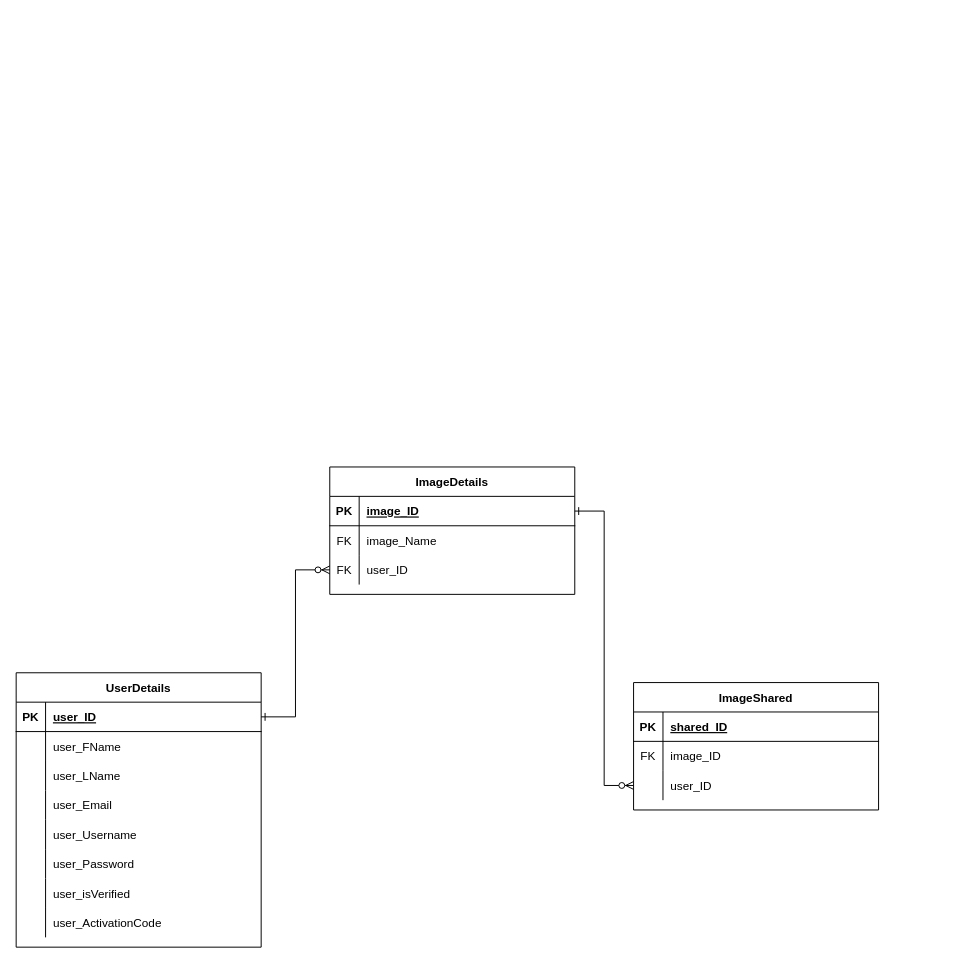
Before: Document/shareYourView.drawio in StrawberryBomber/ShareYourView, a draw.io diagram. Source tidied: cells renumbered, new cells numbered last; positions are measured from the earlier drawing's top-left corner, leaving out a move shared by most shapes. Both pictures are drawn from the tidied source at 98%, with x=0, y=0 at pixel (16, 466).
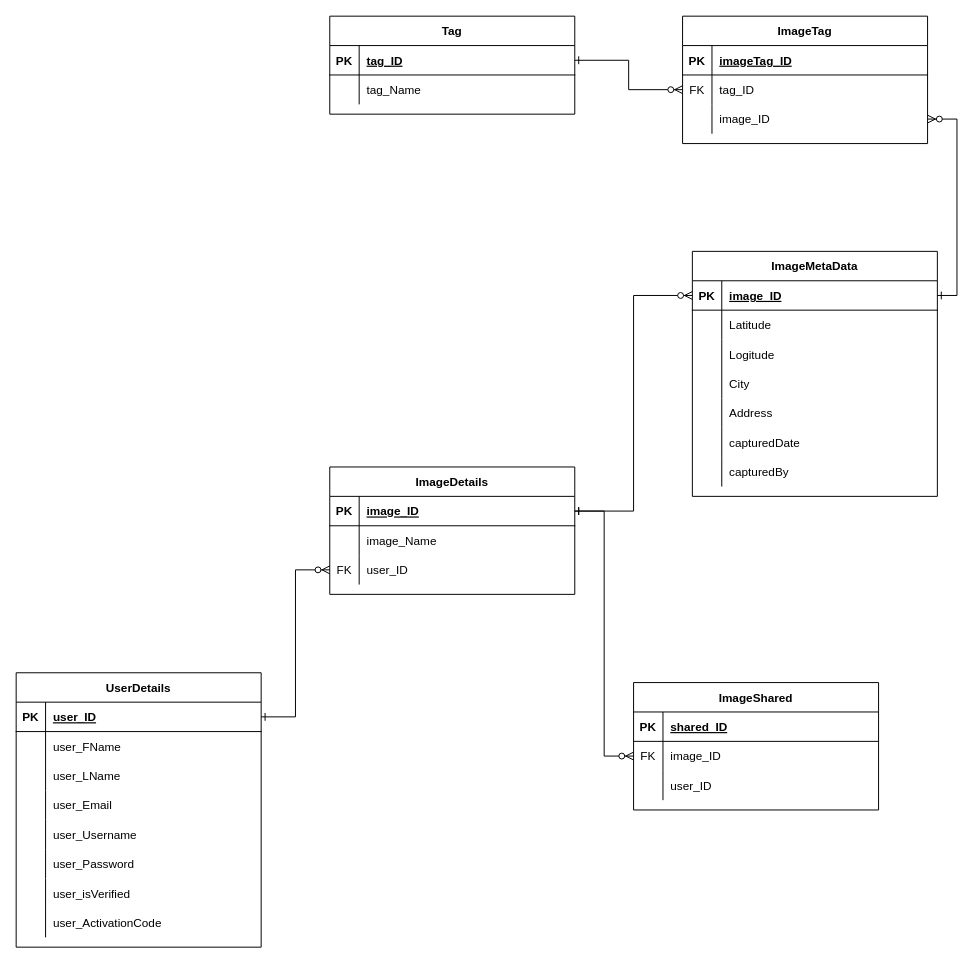
The same page after the edit.

Unchanged cells that the change refers to:
```xml
<mxCell id="31" style="shape=partialRectangle;fillColor=none;points=[[0,0.5],[1,0.5]];portConstraint=eastwest;top=0;left=0;right=0;bottom=0;" parent="27" vertex="1">
  <mxGeometry y="60" width="250" height="30" as="geometry" />
</mxCell>
<mxCell id="34" style="shape=partialRectangle;fillColor=none;points=[[0,0.5],[1,0.5]];portConstraint=eastwest;top=0;left=0;right=0;bottom=0;" parent="27" vertex="1">
  <mxGeometry y="90" width="250" height="30" as="geometry" />
</mxCell>
<mxCell id="38" style="shape=partialRectangle;fillColor=none;points=[[0,0.5],[1,0.5]];portConstraint=eastwest;top=0;left=0;right=0;bottom=1;" parent="37" vertex="1">
  <mxGeometry y="30" width="250" height="30" as="geometry" />
</mxCell>
<mxCell id="41" style="shape=partialRectangle;fillColor=none;top=0;left=0;right=0;bottom=0;" parent="37" vertex="1">
  <mxGeometry y="60" width="250" height="30" as="geometry" />
</mxCell>
```

The edit, as a diff of the source:
```diff
@@
-    <mxCell id="42" value="FK" style="shape=partialRectangle;overflow=hidden;fillColor=none;top=0;left=0;bottom=0;right=0;" parent="41" vertex="1">
+    <mxCell id="42" style="shape=partialRectangle;overflow=hidden;fillColor=none;top=0;left=0;bottom=0;right=0;" parent="41" vertex="1">
       <mxGeometry width="30" height="30" as="geometry" />
     </mxCell>
@@
-    <mxCell id="48" style="edgeStyle=orthogonalEdgeStyle;rounded=0;jettySize=auto;html=1;entryX=0;entryY=0.5;entryDx=0;entryDy=0;startArrow=ERone;startFill=0;endArrow=ERzeroToMany;endFill=1;" parent="1" edge="1" source="38" target="34">
+    <mxCell id="48" style="edgeStyle=orthogonalEdgeStyle;rounded=0;jettySize=auto;html=1;entryX=0;entryY=0.5;entryDx=0;entryDy=0;startArrow=ERone;startFill=0;endArrow=ERzeroToMany;endFill=1;" parent="1" edge="1" source="38" target="31">
       <mxGeometry relative="1" as="geometry" />
     </mxCell>
+    <mxCell id="49" style="edgeStyle=orthogonalEdgeStyle;rounded=0;jettySize=auto;html=1;entryX=0;entryY=0.5;entryDx=0;entryDy=0;startArrow=ERone;startFill=0;endArrow=ERzeroToMany;endFill=1;" parent="1" edge="1" source="38" target="51">
+      <mxGeometry relative="1" as="geometry" />
+    </mxCell>
+    <mxCell id="50" value="ImageMetaData" style="shape=table;startSize=30;childLayout=tableLayout;rowLines=0;fontStyle=1;align=center;" parent="1" vertex="1">
+      <mxGeometry x="690" y="-220" width="250" height="250" as="geometry" />
+    </mxCell>
+    <mxCell id="51" style="shape=partialRectangle;fillColor=none;points=[[0,0.5],[1,0.5]];portConstraint=eastwest;top=0;left=0;right=0;bottom=1;" parent="50" vertex="1">
+      <mxGeometry y="30" width="250" height="30" as="geometry" />
+    </mxCell>
+    <mxCell id="52" value="PK" style="shape=partialRectangle;overflow=hidden;fillColor=none;top=0;left=0;bottom=0;right=0;fontStyle=1;" parent="51" vertex="1">
+      <mxGeometry width="30" height="30" as="geometry" />
+    </mxCell>
+    <mxCell id="53" value="image_ID" style="shape=partialRectangle;overflow=hidden;fillColor=none;top=0;left=0;bottom=0;right=0;align=left;spacingLeft=6;fontStyle=5;" parent="51" vertex="1">
+      <mxGeometry x="30" width="220" height="30" as="geometry" />
+    </mxCell>
+    <mxCell id="54" style="shape=partialRectangle;fillColor=none;top=0;left=0;right=0;bottom=0;" parent="50" vertex="1">
+      <mxGeometry y="60" width="250" height="30" as="geometry" />
+    </mxCell>
+    <mxCell id="55" style="shape=partialRectangle;overflow=hidden;fillColor=none;top=0;left=0;bottom=0;right=0;" parent="54" vertex="1">
+      <mxGeometry width="30" height="30" as="geometry" />
+    </mxCell>
+    <mxCell id="56" value="Latitude" style="shape=partialRectangle;overflow=hidden;fillColor=none;top=0;left=0;bottom=0;right=0;align=left;spacingLeft=6;" parent="54" vertex="1">
+      <mxGeometry x="30" width="220" height="30" as="geometry" />
+    </mxCell>
+    <mxCell id="57" style="shape=partialRectangle;fillColor=none;top=0;left=0;right=0;bottom=0;" parent="50" vertex="1">
+      <mxGeometry y="90" width="250" height="30" as="geometry" />
+    </mxCell>
+    <mxCell id="58" style="shape=partialRectangle;overflow=hidden;fillColor=none;top=0;left=0;bottom=0;right=0;" parent="57" vertex="1">
+      <mxGeometry width="30" height="30" as="geometry" />
+    </mxCell>
+    <mxCell id="59" value="Logitude" style="shape=partialRectangle;overflow=hidden;fillColor=none;top=0;left=0;bottom=0;right=0;align=left;spacingLeft=6;" parent="57" vertex="1">
+      <mxGeometry x="30" width="220" height="30" as="geometry" />
+    </mxCell>
+    <mxCell id="60" style="shape=partialRectangle;fillColor=none;top=0;left=0;right=0;bottom=0;" parent="50" vertex="1">
+      <mxGeometry y="120" width="250" height="30" as="geometry" />
+    </mxCell>
+    <mxCell id="61" style="shape=partialRectangle;overflow=hidden;fillColor=none;top=0;left=0;bottom=0;right=0;" parent="60" vertex="1">
+      <mxGeometry width="30" height="30" as="geometry" />
+    </mxCell>
+    <mxCell id="62" value="City" style="shape=partialRectangle;overflow=hidden;fillColor=none;top=0;left=0;bottom=0;right=0;align=left;spacingLeft=6;" parent="60" vertex="1">
+      <mxGeometry x="30" width="220" height="30" as="geometry" />
+    </mxCell>
+    <mxCell id="63" style="shape=partialRectangle;fillColor=none;top=0;left=0;right=0;bottom=0;" parent="50" vertex="1">
+      <mxGeometry y="150" width="250" height="30" as="geometry" />
+    </mxCell>
+    <mxCell id="64" style="shape=partialRectangle;overflow=hidden;fillColor=none;top=0;left=0;bottom=0;right=0;" parent="63" vertex="1">
+      <mxGeometry width="30" height="30" as="geometry" />
+    </mxCell>
+    <mxCell id="65" value="Address" style="shape=partialRectangle;overflow=hidden;fillColor=none;top=0;left=0;bottom=0;right=0;align=left;spacingLeft=6;" parent="63" vertex="1">
+      <mxGeometry x="30" width="220" height="30" as="geometry" />
+    </mxCell>
+    <mxCell id="66" style="shape=partialRectangle;fillColor=none;top=0;left=0;right=0;bottom=0;" parent="50" vertex="1">
+      <mxGeometry y="180" width="250" height="30" as="geometry" />
+    </mxCell>
+    <mxCell id="67" style="shape=partialRectangle;overflow=hidden;fillColor=none;top=0;left=0;bottom=0;right=0;" parent="66" vertex="1">
+      <mxGeometry width="30" height="30" as="geometry" />
+    </mxCell>
+    <mxCell id="68" value="capturedDate" style="shape=partialRectangle;overflow=hidden;fillColor=none;top=0;left=0;bottom=0;right=0;align=left;spacingLeft=6;" parent="66" vertex="1">
+      <mxGeometry x="30" width="220" height="30" as="geometry" />
+    </mxCell>
+    <mxCell id="69" style="shape=partialRectangle;fillColor=none;top=0;left=0;right=0;bottom=0;" parent="50" vertex="1">
+      <mxGeometry y="210" width="250" height="30" as="geometry" />
+    </mxCell>
+    <mxCell id="70" style="shape=partialRectangle;overflow=hidden;fillColor=none;top=0;left=0;bottom=0;right=0;" parent="69" vertex="1">
+      <mxGeometry width="30" height="30" as="geometry" />
+    </mxCell>
+    <mxCell id="71" value="capturedBy" style="shape=partialRectangle;overflow=hidden;fillColor=none;top=0;left=0;bottom=0;right=0;align=left;spacingLeft=6;" parent="69" vertex="1">
+      <mxGeometry x="30" width="220" height="30" as="geometry" />
+    </mxCell>
+    <mxCell id="72" value="Tag" style="shape=table;startSize=30;childLayout=tableLayout;rowLines=0;fontStyle=1;align=center;" parent="1" vertex="1">
+      <mxGeometry x="320" y="-460" width="250" height="100" as="geometry" />
+    </mxCell>
+    <mxCell id="73" style="shape=partialRectangle;fillColor=none;points=[[0,0.5],[1,0.5]];portConstraint=eastwest;top=0;left=0;right=0;bottom=1;" parent="72" vertex="1">
+      <mxGeometry y="30" width="250" height="30" as="geometry" />
+    </mxCell>
+    <mxCell id="74" value="PK" style="shape=partialRectangle;overflow=hidden;fillColor=none;top=0;left=0;bottom=0;right=0;fontStyle=1;" parent="73" vertex="1">
+      <mxGeometry width="30" height="30" as="geometry" />
+    </mxCell>
+    <mxCell id="75" value="tag_ID" style="shape=partialRectangle;overflow=hidden;fillColor=none;top=0;left=0;bottom=0;right=0;align=left;spacingLeft=6;fontStyle=5;" parent="73" vertex="1">
+      <mxGeometry x="30" width="220" height="30" as="geometry" />
+    </mxCell>
+    <mxCell id="76" style="shape=partialRectangle;fillColor=none;top=0;left=0;right=0;bottom=0;" parent="72" vertex="1">
+      <mxGeometry y="60" width="250" height="30" as="geometry" />
+    </mxCell>
+    <mxCell id="77" style="shape=partialRectangle;overflow=hidden;fillColor=none;top=0;left=0;bottom=0;right=0;" parent="76" vertex="1">
+      <mxGeometry width="30" height="30" as="geometry" />
+    </mxCell>
+    <mxCell id="78" value="tag_Name" style="shape=partialRectangle;overflow=hidden;fillColor=none;top=0;left=0;bottom=0;right=0;align=left;spacingLeft=6;" parent="76" vertex="1">
+      <mxGeometry x="30" width="220" height="30" as="geometry" />
+    </mxCell>
+    <mxCell id="79" style="edgeStyle=orthogonalEdgeStyle;rounded=0;jettySize=auto;html=1;entryX=0;entryY=0.5;entryDx=0;entryDy=0;startArrow=ERone;startFill=0;endArrow=ERzeroToMany;endFill=1;" parent="1" edge="1" source="73" target="85">
+      <mxGeometry relative="1" as="geometry" />
+    </mxCell>
+    <mxCell id="80" style="edgeStyle=orthogonalEdgeStyle;rounded=0;jettySize=auto;html=1;entryX=1;entryY=0.5;entryDx=0;entryDy=0;startArrow=ERone;startFill=0;endArrow=ERzeroToMany;endFill=1;exitX=1;exitY=0.5;exitDx=0;exitDy=0;" parent="1" edge="1" source="51" target="88">
+      <mxGeometry relative="1" as="geometry" />
+    </mxCell>
+    <mxCell id="81" value="ImageTag" style="shape=table;startSize=30;childLayout=tableLayout;rowLines=0;fontStyle=1;align=center;" parent="1" vertex="1">
+      <mxGeometry x="680" y="-460" width="250" height="130" as="geometry" />
+    </mxCell>
+    <mxCell id="82" style="shape=partialRectangle;fillColor=none;top=0;left=0;right=0;bottom=1;" parent="81" vertex="1">
+      <mxGeometry y="30" width="250" height="30" as="geometry" />
+    </mxCell>
+    <mxCell id="83" value="PK" style="shape=partialRectangle;overflow=hidden;fillColor=none;top=0;left=0;bottom=0;right=0;fontStyle=1;" parent="82" vertex="1">
+      <mxGeometry width="30" height="30" as="geometry" />
+    </mxCell>
+    <mxCell id="84" value="imageTag_ID" style="shape=partialRectangle;overflow=hidden;fillColor=none;top=0;left=0;bottom=0;right=0;align=left;spacingLeft=6;fontStyle=5;" parent="82" vertex="1">
+      <mxGeometry x="30" width="220" height="30" as="geometry" />
+    </mxCell>
+    <mxCell id="85" style="shape=partialRectangle;fillColor=none;points=[[0,0.5],[1,0.5]];portConstraint=eastwest;top=0;left=0;right=0;bottom=0;" parent="81" vertex="1">
+      <mxGeometry y="60" width="250" height="30" as="geometry" />
+    </mxCell>
+    <mxCell id="86" value="FK" style="shape=partialRectangle;overflow=hidden;fillColor=none;top=0;left=0;bottom=0;right=0;" parent="85" vertex="1">
+      <mxGeometry width="30" height="30" as="geometry" />
+    </mxCell>
+    <mxCell id="87" value="tag_ID" style="shape=partialRectangle;overflow=hidden;fillColor=none;top=0;left=0;bottom=0;right=0;align=left;spacingLeft=6;" parent="85" vertex="1">
+      <mxGeometry x="30" width="220" height="30" as="geometry" />
+    </mxCell>
+    <mxCell id="88" style="shape=partialRectangle;fillColor=none;points=[[0,0.5],[1,0.5]];portConstraint=eastwest;top=0;left=0;right=0;bottom=0;" parent="81" vertex="1">
+      <mxGeometry y="90" width="250" height="30" as="geometry" />
+    </mxCell>
+    <mxCell id="89" style="shape=partialRectangle;overflow=hidden;fillColor=none;top=0;left=0;bottom=0;right=0;" parent="88" vertex="1">
+      <mxGeometry width="30" height="30" as="geometry" />
+    </mxCell>
+    <mxCell id="90" value="image_ID" style="shape=partialRectangle;overflow=hidden;fillColor=none;top=0;left=0;bottom=0;right=0;align=left;spacingLeft=6;" parent="88" vertex="1">
+      <mxGeometry x="30" width="220" height="30" as="geometry" />
+    </mxCell>
```
